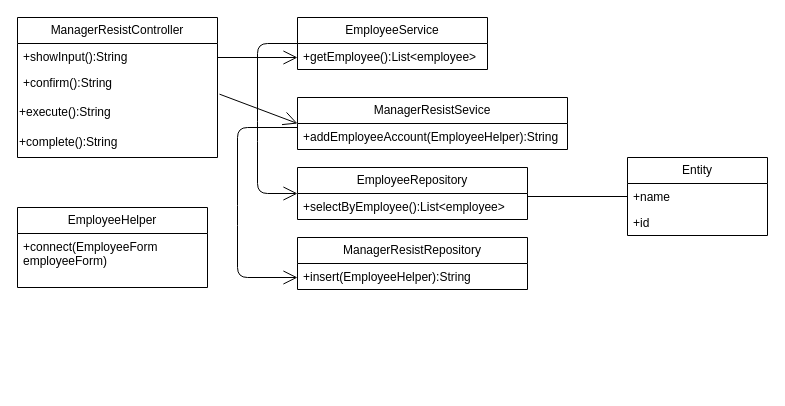
This is plan/uml/class/dio/UC009.dio from NstecEmp-024/team-dev-spring-boot-ec, a draw.io file, before an edit. Source tidied: cells renumbered, new cells numbered last; positions are measured from the earlier drawing's top-left corner, leaving out a move shared by most shapes. Both pictures are drawn from the tidied source at 100%, with x=0, y=0 at pixel (17, 17).
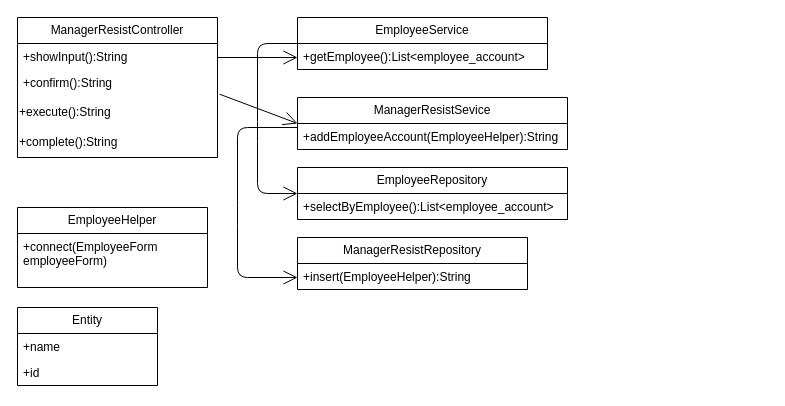
The same diagram, later.

The edit, as a diff of the source:
```diff
@@
     <mxCell id="7" value="EmployeeService" style="swimlane;fontStyle=0;horizontal=1;startSize=26;fillColor=none;whiteSpace=wrap;html=1;" parent="1" vertex="1">
-      <mxGeometry x="280" width="190" height="52" as="geometry" />
+      <mxGeometry x="280" width="250" height="52" as="geometry" />
     </mxCell>
-    <mxCell id="8" value="+getEmployee():List&amp;lt;employee&amp;gt;" style="text;strokeColor=none;fillColor=none;align=left;verticalAlign=top;spacingLeft=4;spacingRight=4;overflow=hidden;whiteSpace=wrap;html=1;" parent="7" vertex="1">
-      <mxGeometry y="26" width="190" height="26" as="geometry" />
+    <mxCell id="8" value="+getEmployee():List&amp;lt;employee_account&amp;gt;" style="text;strokeColor=none;fillColor=none;align=left;verticalAlign=top;spacingLeft=4;spacingRight=4;overflow=hidden;whiteSpace=wrap;html=1;" parent="7" vertex="1">
+      <mxGeometry y="26" width="250" height="26" as="geometry" />
     </mxCell>
@@
     <mxCell id="11" value="EmployeeRepository" style="swimlane;fontStyle=0;horizontal=1;startSize=26;fillColor=none;whiteSpace=wrap;html=1;" parent="1" vertex="1">
-      <mxGeometry x="280" y="150" width="230" height="52" as="geometry" />
+      <mxGeometry x="280" y="150" width="270" height="52" as="geometry" />
     </mxCell>
-    <mxCell id="12" value="+selectByEmployee():List&amp;lt;employee&amp;gt;" style="text;strokeColor=none;fillColor=none;align=left;verticalAlign=top;spacingLeft=4;spacingRight=4;overflow=hidden;whiteSpace=wrap;html=1;" parent="11" vertex="1">
-      <mxGeometry y="26" width="230" height="26" as="geometry" />
+    <mxCell id="12" value="+selectByEmployee():List&amp;lt;employee_account&amp;gt;" style="text;strokeColor=none;fillColor=none;align=left;verticalAlign=top;spacingLeft=4;spacingRight=4;overflow=hidden;whiteSpace=wrap;html=1;" parent="11" vertex="1">
+      <mxGeometry y="26" width="270" height="26" as="geometry" />
     </mxCell>
@@
     <mxCell id="19" value="Entity" style="swimlane;fontStyle=0;horizontal=1;startSize=26;fillColor=none;whiteSpace=wrap;html=1;" parent="1" vertex="1">
-      <mxGeometry x="610" y="140" width="140" height="78" as="geometry" />
+      <mxGeometry y="290" width="140" height="78" as="geometry" />
     </mxCell>
@@
-    <mxCell id="22" style="line;strokeWidth=1;fillColor=none;align=left;verticalAlign=middle;spacingTop=-1;spacingLeft=3;spacingRight=3;labelPosition=right;strokeColor=inherit;" parent="1" vertex="1">
-      <mxGeometry x="510" y="175" width="100" height="8" as="geometry" />
-    </mxCell>
```
